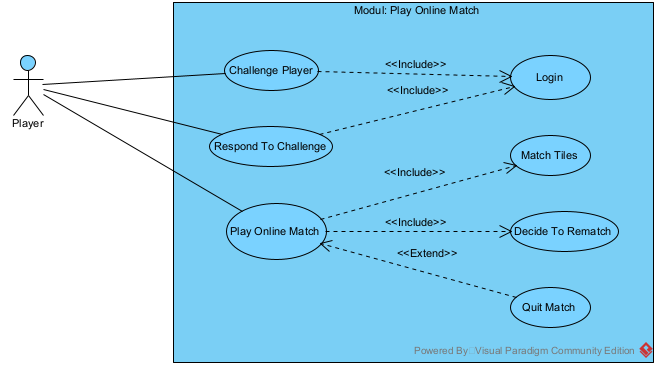
Above: docs/vp/png/uc-m4-play-online-match.png in VattenL/mobile-pikachu (PlantUML), before the change. Its source is kept beside it as docs/uml/pha1/uc-m4-play-online-match.puml. The source it was exported from:
```plantuml
@startuml uc-m4-play-online-match
title Biểu đồ use case chi tiết - Modul Play Online Match

left to right direction
skinparam linetype polyline
skinparam packageStyle rectangle
skinparam shadowing false
skinparam nodesep 25
skinparam ranksep 90
skinparam usecase {
  BackgroundColor #F7F7F7
  BorderColor #4A4A4A
  ArrowColor #4A4A4A
}
skinparam actor {
  BackgroundColor #F7F7F7
  BorderColor #4A4A4A
}

actor "Player" as Player

rectangle "Modul: Play Online Match" {
  usecase "Challenge Player" as UC06
  usecase "Respond To Challenge" as UC07
  usecase "Play Online Match" as UC08
  usecase "Login" as UC02
  usecase "Match Tiles" as UC08_1
  usecase "Decide To Rematch" as UC08_2
  usecase "Quit Match" as UC08_3
}

Player --> UC06
Player --> UC07
Player --> UC08

UC06 ..> UC02 : <<include>>
UC07 ..> UC02 : <<include>>
UC08 ..> UC08_1 : <<include>>
UC08 ..> UC08_2 : <<include>>
UC08 <.. UC08_3 : <<extend>>
@enduml
```
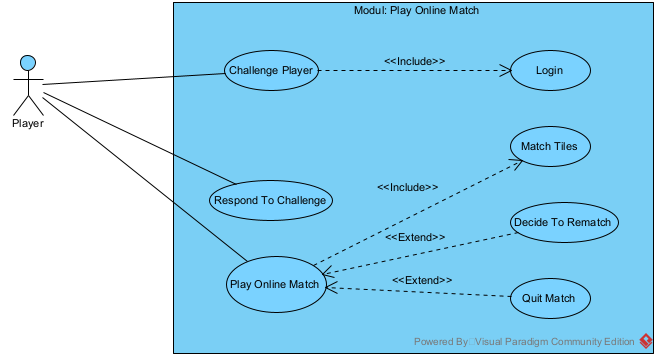
The same diagram one commit later.

The edit, as a diff of the source:
```diff
@@ -34,8 +34,7 @@
 Player --> UC08
 
 UC06 ..> UC02 : <<include>>
-UC07 ..> UC02 : <<include>>
 UC08 ..> UC08_1 : <<include>>
-UC08 ..> UC08_2 : <<include>>
+UC08 <.. UC08_2 : <<extend>>
 UC08 <.. UC08_3 : <<extend>>
 @enduml
```
